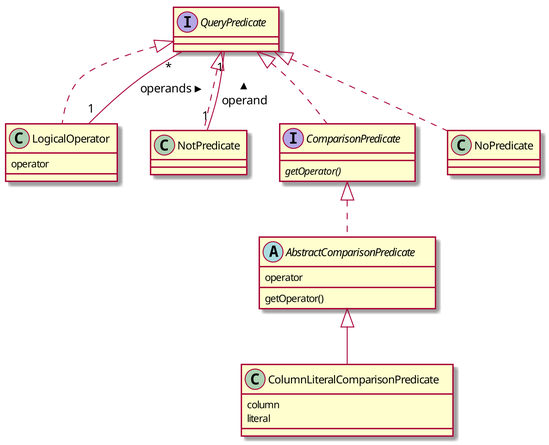
Before: doc/diagrams/queryPredicate.png, a diagram exported from PlantUML (exasol/dynamodb-virtual-schema). Its diagram source:
```plantuml
@startuml

interface QueryPredicate{
}

class LogicalOperator{
operator

}

class NotPredicate{
}

interface ComparisonPredicate{
{abstract} getOperator()
}

abstract class AbstractComparisonPredicate{
operator
getOperator()
}

class ColumnLiteralComparisonPredicate{
column
literal
}

QueryPredicate <|.. LogicalOperator
LogicalOperator "1" -- "*" QueryPredicate: > operands
QueryPredicate <|.. NotPredicate
QueryPredicate "1"--"1" NotPredicate : < operand
QueryPredicate <|.. NoPredicate
QueryPredicate <|.. ComparisonPredicate
ComparisonPredicate <|..AbstractComparisonPredicate
AbstractComparisonPredicate <|-- ColumnLiteralComparisonPredicate

@enduml
```
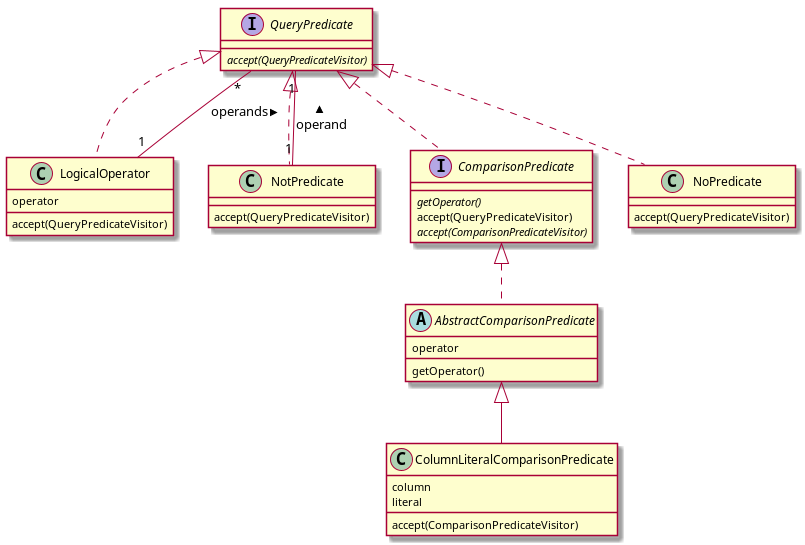
The same file after the commit.

Commit message:
updated diagrams; small refactoring

The edit, as a diff of the source:
```diff
@@ -1,18 +1,26 @@
 @startuml
 
 interface QueryPredicate{
+{abstract}accept(QueryPredicateVisitor)
 }
 
 class LogicalOperator{
 operator
-
+accept(QueryPredicateVisitor)
 }
 
 class NotPredicate{
+accept(QueryPredicateVisitor)
 }
 
 interface ComparisonPredicate{
 {abstract} getOperator()
+accept(QueryPredicateVisitor)
+{abstract}accept(ComparisonPredicateVisitor)
+}
+
+class NoPredicate{
+accept(QueryPredicateVisitor)
 }
 
 abstract class AbstractComparisonPredicate{
@@ -23,6 +31,7 @@
 class ColumnLiteralComparisonPredicate{
 column
 literal
+accept(ComparisonPredicateVisitor)
 }
 
 QueryPredicate <|.. LogicalOperator
```
